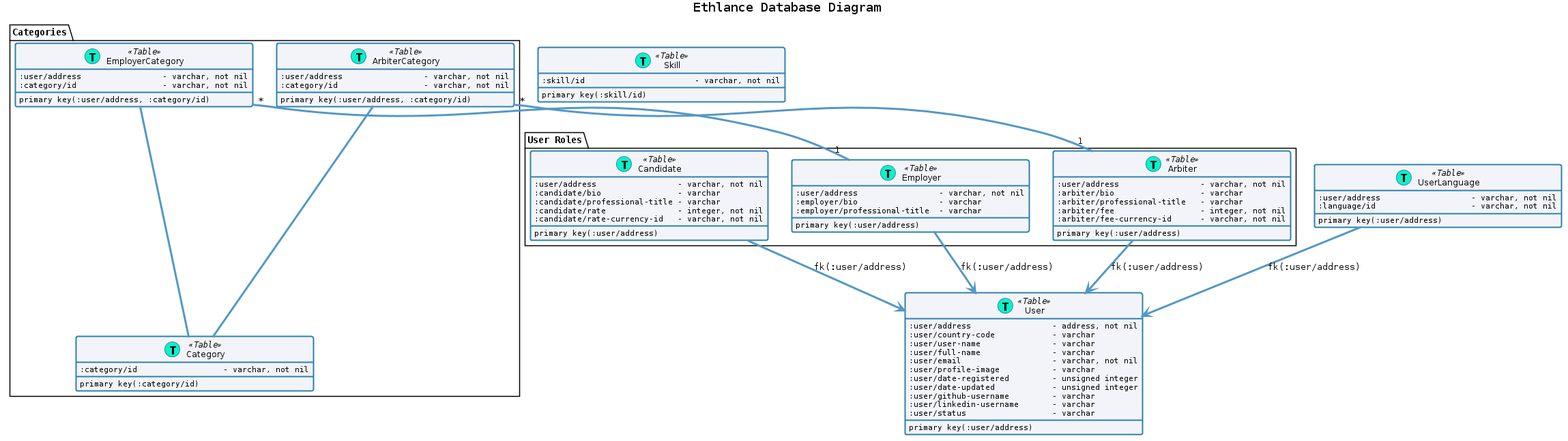
The PlantUML diagram docs/diagrams/database.png in district0x/ethlance, before a commit.
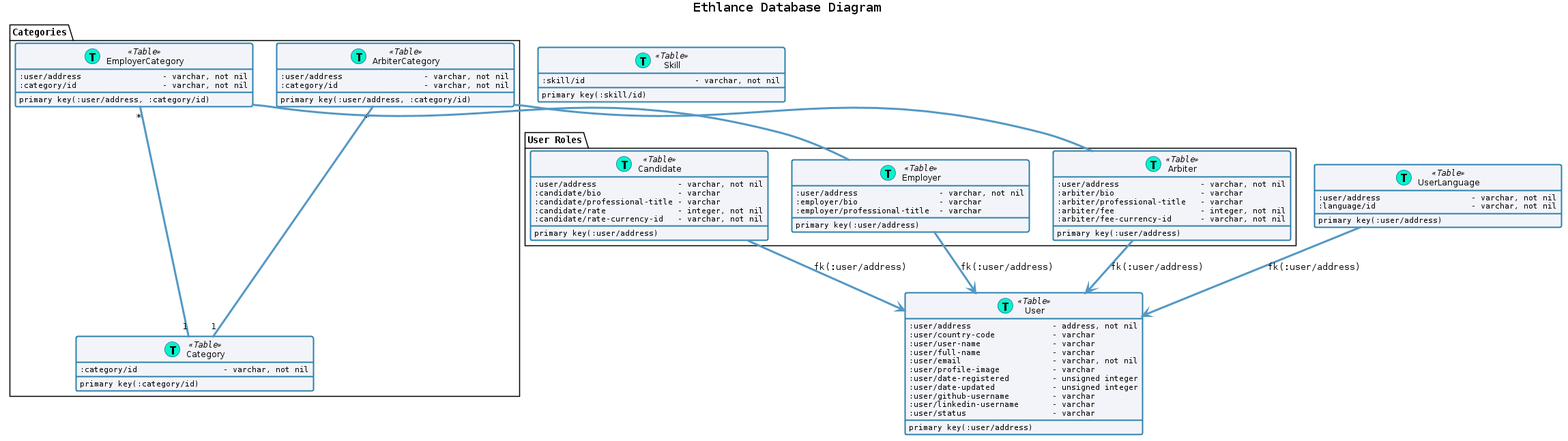
The same diagram one commit later.

Diff of the diagram source:
```diff
@@ -79,8 +79,8 @@
     primary key(:category/id)
   }
 
-  ArbiterCategory "*" -- "1" Arbiter
-  ArbiterCategory -- Category
+  ArbiterCategory -- Arbiter
+  ArbiterCategory "*" -- "1" Category
   class ArbiterCategory << (T, #05F5CA) Table >> {
     :user/address                 - varchar, not nil
     :category/id                  - varchar, not nil
@@ -88,8 +88,8 @@
     primary key(:user/address, :category/id)
   }
 
-  EmployerCategory "*" -- "1" Employer
-  EmployerCategory -- Category
+  EmployerCategory -- Employer
+  EmployerCategory "*" -- "1" Category
   class EmployerCategory << (T, #05F5CA) Table >> {
     :user/address                 - varchar, not nil
     :category/id                  - varchar, not nil
```
